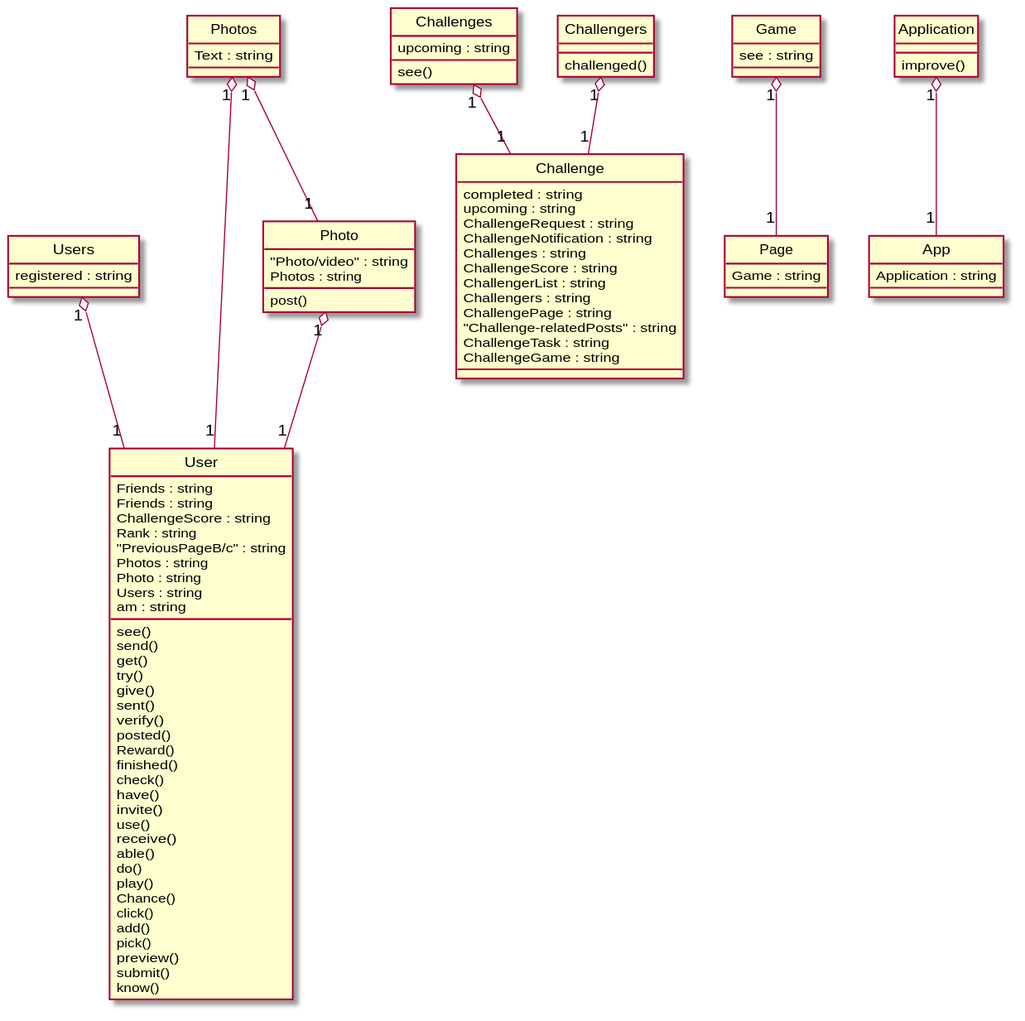
Before: Diagrams/2017-USC-Project04.svg, a diagram exported from PlantUML (xixixhalu/DomainModelExtractor).
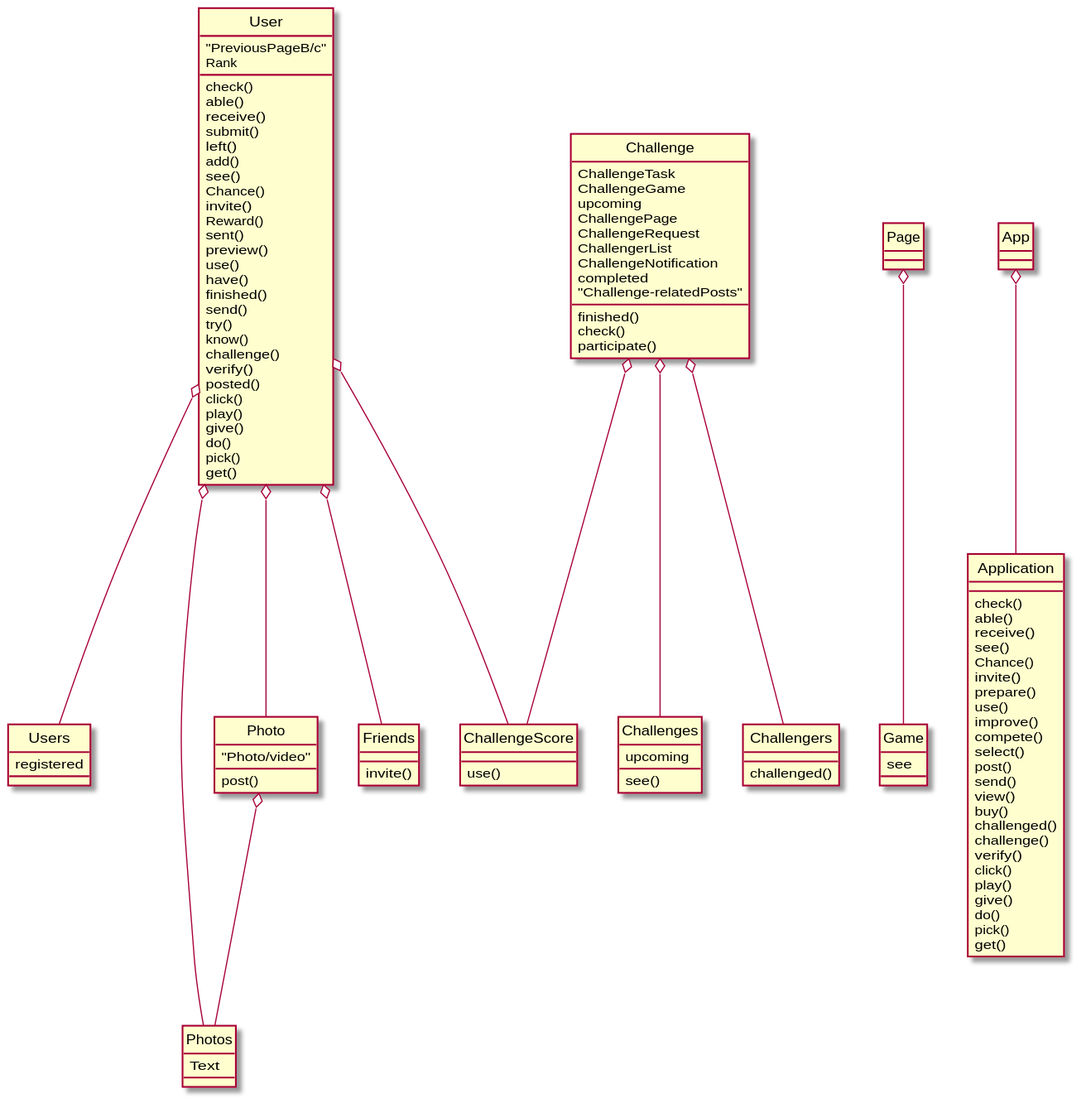
After the commit.

Change to the diagram source:
```diff
@@ -1,91 +1,115 @@
 @startuml
 hide circle
 class User {
-	Friends : string
-	Friends : string
-	ChallengeScore : string
-	Rank : string
-	"PreviousPageB/c" : string
-	Photos : string
-	Photo : string
-	Users : string
-	am : string
+	"PreviousPageB/c"
+	Rank
+	check()
+	able()
+	receive()
+	submit()
+	left()
+	add()
 	see()
+	Chance()
+	invite()
+	Reward()
+	sent()
+	preview()
+	use()
+	have()
+	finished()
 	send()
-	get()
 	try()
-	give()
-	sent()
+	know()
+	challenge()
 	verify()
 	posted()
-	Reward()
+	click()
+	play()
+	give()
+	do()
+	pick()
+	get()
+}
+class Challenge {
+	ChallengeTask
+	ChallengeGame
+	upcoming
+	ChallengePage
+	ChallengeRequest
+	ChallengerList
+	ChallengeNotification
+	completed
+	"Challenge-relatedPosts"
 	finished()
 	check()
-	have()
-	invite()
-	use()
-	receive()
-	able()
-	do()
-	play()
-	Chance()
-	click()
-	add()
-	pick()
-	preview()
-	submit()
-	know()
-}
-class Challenge {
-	completed : string
-	upcoming : string
-	ChallengeRequest : string
-	ChallengeNotification : string
-	Challenges : string
-	ChallengeScore : string
-	ChallengerList : string
-	Challengers : string
-	ChallengePage : string
-	"Challenge-relatedPosts" : string
-	ChallengeTask : string
-	ChallengeGame : string
+	participate()
 }
 class Challenges {
-	upcoming : string
+	upcoming
 	see()
 }
 class Users {
-	registered : string
+	registered
 }
 class Photos {
-	Text : string
+	Text
 }
 class Game {
-	see : string
+	see
 }
 class Page {
-	Game : string
+}
+class Photo {
+	"Photo/video"
+	post()
 }
 class App {
-	Application : string
 }
-class Photo {
-	"Photo/video" : string
-	Photos : string
-	post()
+class Friends {
+	invite()
+}
+class ChallengeScore {
+	use()
 }
 class Challengers {
 	challenged()
 }
 class Application {
+	check()
+	able()
+	receive()
+	see()
+	Chance()
+	invite()
+	prepare()
+	use()
 	improve()
+	compete()
+	select()
+	post()
+	send()
+	view()
+	buy()
+	challenged()
+	challenge()
+	verify()
+	click()
+	play()
+	give()
+	do()
+	pick()
+	get()
 }
-Application "1" o-- "1" App
-Photos "1" o-- "1" User
-Photos "1" o-- "1" Photo
-Photo "1" o-- "1" User
-Challenges "1" o-- "1" Challenge
-Challengers "1" o-- "1" Challenge
-Game "1" o-- "1" Page
-Users "1" o-- "1" User
+Page o-- Game
+User o-- Friends
+Photo o-- Photos
+User o-- ChallengeScore
+User o-- Users
+App o-- Application
+Challenge o-- Challenges
+User o-- Photos
+Challenge o-- ChallengeScore
+User o-- Photo
+Challenge o-- Challengers
 @enduml
```
